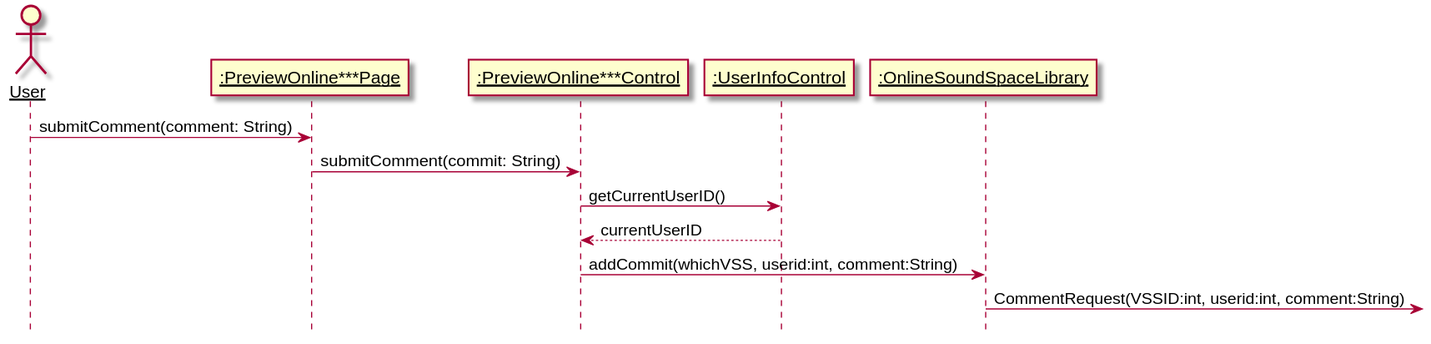
Above: 设计/Diagrams/CommentVSS.svg in kpp19920121/doc (PlantUML), before the change.
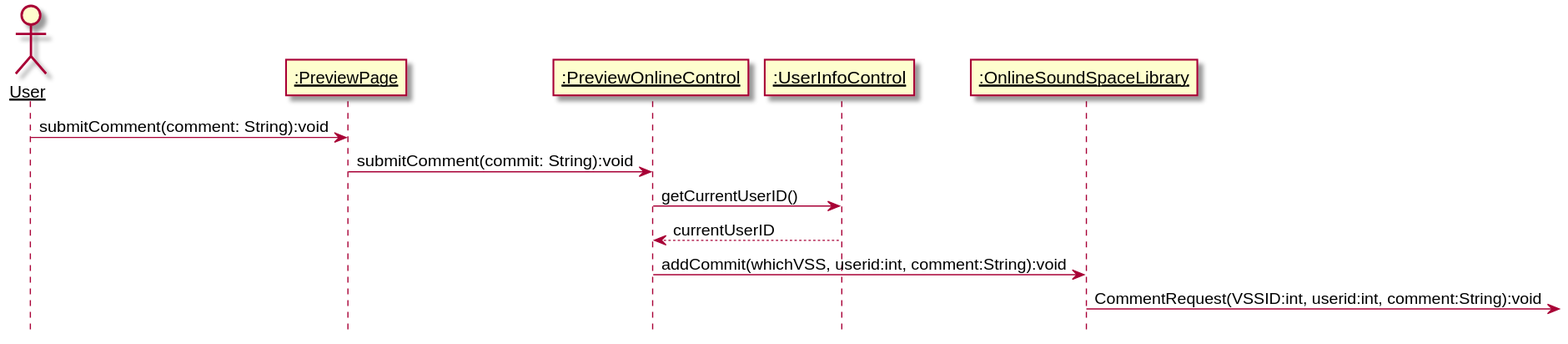
The same diagram one commit later.

What changed in the source:
```diff
@@ -2,15 +2,15 @@
 hide footbox
 skinparam sequenceParticipant underline
 actor User as user
-participant ":PreviewOnline***Page" as page
-participant ":PreviewOnline***Control" as control
+participant ":PreviewPage" as page
+participant ":PreviewOnlineControl" as control
 participant ":UserInfoControl" as info
 participant ":OnlineSoundSpaceLibrary" as library
 
-user -> page: submitComment(comment: String)
-page -> control: submitComment(commit: String)
+user -> page: submitComment(comment: String):void
+page -> control: submitComment(commit: String):void
 control -> info: getCurrentUserID()
 info --> control: currentUserID
-control -> library: addCommit(whichVSS, userid:int, comment:String)
-library->:CommentRequest(VSSID:int, userid:int, comment:String)
+control -> library: addCommit(whichVSS, userid:int, comment:String):void
+library->:CommentRequest(VSSID:int, userid:int, comment:String):void
 @enduml
```
